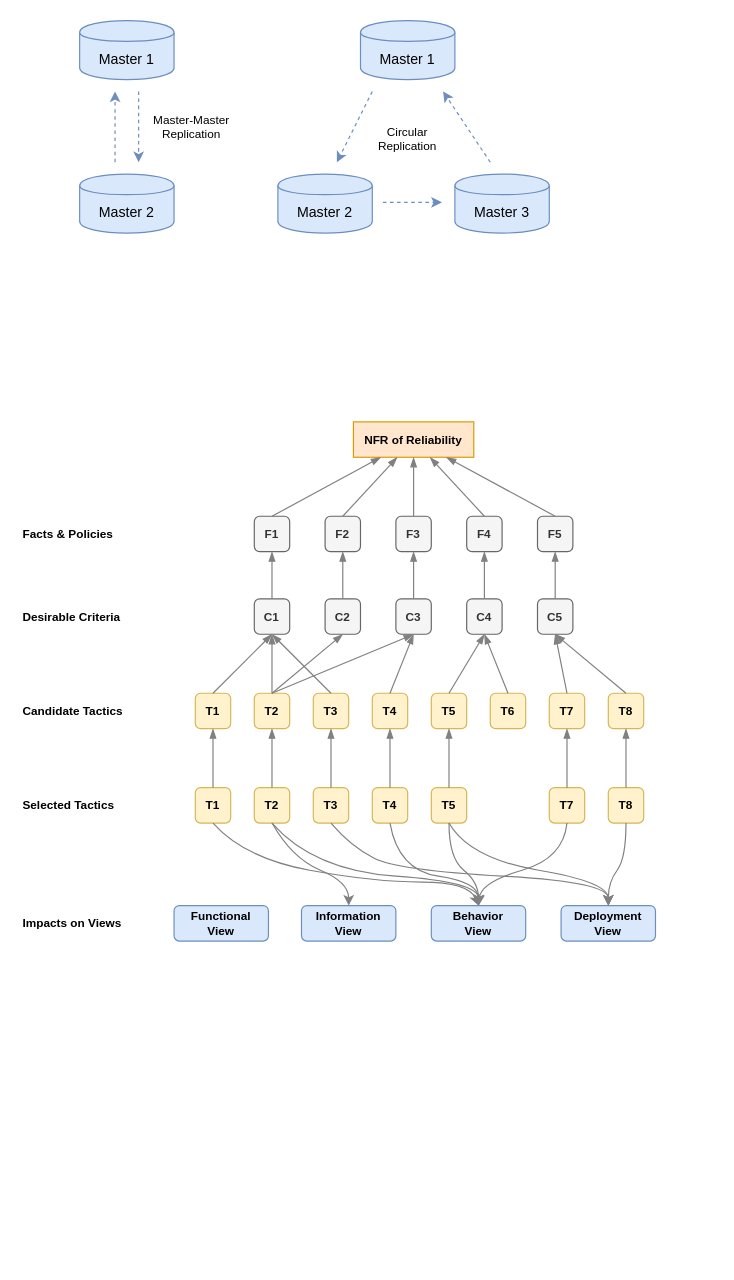
The draw.io diagram page "NFR1" (11 of 11) of BOKAS.drawio in sungtaek/docs, before the edit. Source tidied: cells renumbered, new cells numbered last; positions are measured from the earlier drawing's top-left corner, leaving out a move shared by most shapes. Both pictures are drawn from the tidied source at 118%, with x=0, y=0 at pixel (20, 20). Pictures stored in the file or linked from it are replaced by grey dashed boxes.
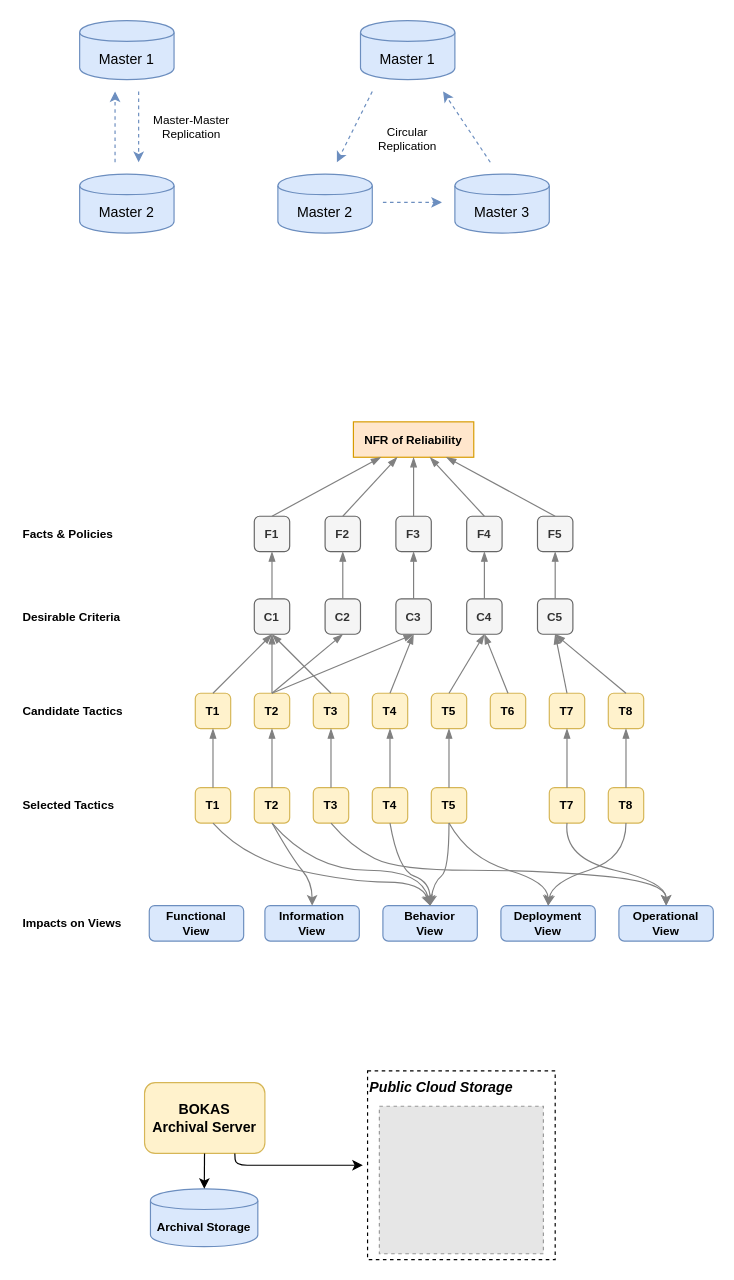
The same page after the edit.

The change refers to these unchanged cells:
```xml
<mxCell id="33" value="&lt;b&gt;T1&lt;/b&gt;" style="rounded=1;whiteSpace=wrap;html=1;fontSize=10;fillColor=#fff2cc;strokeColor=#d6b656;align=center;" parent="1" vertex="1">
  <mxGeometry x="148" y="650" width="30" height="30" as="geometry" />
</mxCell>
<mxCell id="34" value="&lt;b&gt;T2&lt;/b&gt;" style="rounded=1;whiteSpace=wrap;html=1;fontSize=10;fillColor=#fff2cc;strokeColor=#d6b656;align=center;" parent="1" vertex="1">
  <mxGeometry x="198" y="650" width="30" height="30" as="geometry" />
</mxCell>
<mxCell id="35" value="&lt;b&gt;T3&lt;/b&gt;" style="rounded=1;whiteSpace=wrap;html=1;fontSize=10;fillColor=#fff2cc;strokeColor=#d6b656;align=center;" parent="1" vertex="1">
  <mxGeometry x="248" y="650" width="30" height="30" as="geometry" />
</mxCell>
<mxCell id="36" value="&lt;b&gt;T4&lt;/b&gt;" style="rounded=1;whiteSpace=wrap;html=1;fontSize=10;fillColor=#fff2cc;strokeColor=#d6b656;align=center;" parent="1" vertex="1">
  <mxGeometry x="298" y="650" width="30" height="30" as="geometry" />
</mxCell>
<mxCell id="37" value="&lt;b&gt;T5&lt;/b&gt;" style="rounded=1;whiteSpace=wrap;html=1;fontSize=10;fillColor=#fff2cc;strokeColor=#d6b656;align=center;" parent="1" vertex="1">
  <mxGeometry x="348" y="650" width="30" height="30" as="geometry" />
</mxCell>
<mxCell id="38" value="&lt;b&gt;T7&lt;/b&gt;" style="rounded=1;whiteSpace=wrap;html=1;fontSize=10;fillColor=#fff2cc;strokeColor=#d6b656;align=center;" parent="1" vertex="1">
  <mxGeometry x="448" y="650" width="30" height="30" as="geometry" />
</mxCell>
<mxCell id="39" value="&lt;b&gt;T8&lt;/b&gt;" style="rounded=1;whiteSpace=wrap;html=1;fontSize=10;fillColor=#fff2cc;strokeColor=#d6b656;align=center;" parent="1" vertex="1">
  <mxGeometry x="498" y="650" width="30" height="30" as="geometry" />
</mxCell>
```

What changed in the source:
```diff
@@
+    <mxCell id="85" value="&lt;i&gt;Public Cloud Storage&lt;/i&gt;" style="rounded=0;whiteSpace=wrap;html=1;fillColor=none;verticalAlign=top;align=left;fontStyle=1;dashed=1;" parent="1" vertex="1">
+      <mxGeometry x="294" y="890" width="159" height="160" as="geometry" />
+    </mxCell>
@@
     <mxCell id="40" value="&lt;b&gt;Functional&lt;br&gt;View&lt;/b&gt;" style="rounded=1;whiteSpace=wrap;html=1;fontSize=10;fillColor=#dae8fc;strokeColor=#6c8ebf;align=center;" parent="1" vertex="1">
-      <mxGeometry x="130" y="750" width="80" height="30" as="geometry" />
+      <mxGeometry x="109" y="750" width="80" height="30" as="geometry" />
     </mxCell>
     <mxCell id="41" value="&lt;b&gt;Information&lt;br&gt;View&lt;/b&gt;" style="rounded=1;whiteSpace=wrap;html=1;fontSize=10;fillColor=#dae8fc;strokeColor=#6c8ebf;align=center;" parent="1" vertex="1">
-      <mxGeometry x="238" y="750" width="80" height="30" as="geometry" />
+      <mxGeometry x="207" y="750" width="80" height="30" as="geometry" />
     </mxCell>
     <mxCell id="42" value="&lt;b&gt;Behavior&lt;br&gt;View&lt;/b&gt;" style="rounded=1;whiteSpace=wrap;html=1;fontSize=10;fillColor=#dae8fc;strokeColor=#6c8ebf;align=center;" parent="1" vertex="1">
-      <mxGeometry x="348" y="750" width="80" height="30" as="geometry" />
+      <mxGeometry x="307" y="750" width="80" height="30" as="geometry" />
     </mxCell>
     <mxCell id="43" value="&lt;span&gt;Deployment&lt;br&gt;&lt;/span&gt;View" style="rounded=1;whiteSpace=wrap;html=1;fontSize=10;fillColor=#dae8fc;strokeColor=#6c8ebf;align=center;fontStyle=1;" parent="1" vertex="1">
-      <mxGeometry x="458" y="750" width="80" height="30" as="geometry" />
+      <mxGeometry x="407" y="750" width="80" height="30" as="geometry" />
     </mxCell>
@@
     <mxCell id="71" style="curved=1;endArrow=classic;html=1;fontSize=10;entryX=0.5;entryY=0;entryDx=0;entryDy=0;exitX=0.5;exitY=1;exitDx=0;exitDy=0;strokeColor=#808080;" parent="1" edge="1" source="33" target="42">
       <mxGeometry relative="1" as="geometry">
         <Array as="points">
           <mxPoint x="190" y="710" />
-          <mxPoint x="300" y="730" />
-          <mxPoint x="380" y="730" />
+          <mxPoint x="280" y="730" />
+          <mxPoint x="340" y="730" />
         </Array>
       </mxGeometry>
     </mxCell>
     <mxCell id="72" style="curved=1;endArrow=classic;html=1;fontSize=10;entryX=0.5;entryY=0;entryDx=0;entryDy=0;exitX=0.5;exitY=1;exitDx=0;exitDy=0;strokeColor=#808080;" parent="1" edge="1" source="34" target="41">
       <mxGeometry relative="1" as="geometry">
         <Array as="points">
           <mxPoint x="230" y="710" />
-          <mxPoint x="278" y="730" />
+          <mxPoint x="247" y="730" />
         </Array>
       </mxGeometry>
     </mxCell>
     <mxCell id="73" style="curved=1;endArrow=classic;html=1;fontSize=10;entryX=0.5;entryY=0;entryDx=0;entryDy=0;exitX=0.5;exitY=1;exitDx=0;exitDy=0;strokeColor=#808080;" parent="1" edge="1" source="34" target="42">
       <mxGeometry relative="1" as="geometry">
         <Array as="points">
           <mxPoint x="248" y="720" />
-          <mxPoint x="388" y="730" />
+          <mxPoint x="340" y="720" />
         </Array>
       </mxGeometry>
     </mxCell>
-    <mxCell id="74" style="curved=1;endArrow=classic;html=1;fontSize=10;entryX=0.5;entryY=0;entryDx=0;entryDy=0;exitX=0.5;exitY=1;exitDx=0;exitDy=0;strokeColor=#808080;" parent="1" edge="1" source="35" target="43">
+    <mxCell id="74" style="curved=1;endArrow=classic;html=1;fontSize=10;entryX=0.5;entryY=0;entryDx=0;entryDy=0;exitX=0.5;exitY=1;exitDx=0;exitDy=0;strokeColor=#808080;" parent="1" edge="1" source="35" target="86">
       <mxGeometry relative="1" as="geometry">
         <Array as="points">
           <mxPoint x="280" y="700" />
           <mxPoint x="320" y="720" />
-          <mxPoint x="498" y="730" />
+          <mxPoint x="440" y="720" />
+          <mxPoint x="547" y="730" />
         </Array>
       </mxGeometry>
     </mxCell>
     <mxCell id="75" style="curved=1;endArrow=classic;html=1;fontSize=10;entryX=0.5;entryY=0;entryDx=0;entryDy=0;exitX=0.5;exitY=1;exitDx=0;exitDy=0;strokeColor=#808080;" parent="1" edge="1" source="36" target="42">
       <mxGeometry relative="1" as="geometry">
         <Array as="points">
           <mxPoint x="320" y="720" />
-          <mxPoint x="388" y="730" />
+          <mxPoint x="347" y="730" />
         </Array>
       </mxGeometry>
     </mxCell>
     <mxCell id="76" style="curved=1;endArrow=classic;html=1;fontSize=10;entryX=0.5;entryY=0;entryDx=0;entryDy=0;exitX=0.5;exitY=1;exitDx=0;exitDy=0;strokeColor=#808080;" parent="1" edge="1" source="37" target="42">
       <mxGeometry relative="1" as="geometry">
         <Array as="points">
-          <mxPoint x="363" y="710" />
-          <mxPoint x="388" y="730" />
+          <mxPoint x="363" y="720" />
+          <mxPoint x="350" y="730" />
         </Array>
       </mxGeometry>
     </mxCell>
     <mxCell id="77" style="curved=1;endArrow=classic;html=1;fontSize=10;entryX=0.5;entryY=0;entryDx=0;entryDy=0;exitX=0.5;exitY=1;exitDx=0;exitDy=0;strokeColor=#808080;" parent="1" edge="1" source="37" target="43">
       <mxGeometry relative="1" as="geometry">
         <Array as="points">
           <mxPoint x="380" y="710" />
-          <mxPoint x="498" y="730" />
+          <mxPoint x="447" y="730" />
         </Array>
       </mxGeometry>
     </mxCell>
-    <mxCell id="78" style="curved=1;endArrow=classic;html=1;fontSize=10;entryX=0.5;entryY=0;entryDx=0;entryDy=0;exitX=0.5;exitY=1;exitDx=0;exitDy=0;strokeColor=#808080;" parent="1" edge="1" source="38" target="42">
+    <mxCell id="78" style="curved=1;endArrow=classic;html=1;fontSize=10;entryX=0.5;entryY=0;entryDx=0;entryDy=0;exitX=0.5;exitY=1;exitDx=0;exitDy=0;strokeColor=#808080;" parent="1" edge="1" source="38" target="86">
       <mxGeometry relative="1" as="geometry">
         <Array as="points">
           <mxPoint x="460" y="710" />
-          <mxPoint x="390" y="730" />
+          <mxPoint x="547" y="730" />
         </Array>
       </mxGeometry>
     </mxCell>
     <mxCell id="79" style="curved=1;endArrow=classic;html=1;fontSize=10;entryX=0.5;entryY=0;entryDx=0;entryDy=0;exitX=0.5;exitY=1;exitDx=0;exitDy=0;strokeColor=#808080;" parent="1" edge="1" source="39" target="43">
       <mxGeometry relative="1" as="geometry">
         <Array as="points">
           <mxPoint x="513" y="710" />
-          <mxPoint x="498" y="730" />
+          <mxPoint x="450" y="730" />
         </Array>
       </mxGeometry>
     </mxCell>
@@
+    <mxCell id="86" value="Operational&lt;br&gt;View" style="rounded=1;whiteSpace=wrap;html=1;fontSize=10;fillColor=#dae8fc;strokeColor=#6c8ebf;align=center;fontStyle=1;" parent="1" vertex="1">
+      <mxGeometry x="507" y="750" width="80" height="30" as="geometry" />
+    </mxCell>
+    <mxCell id="87" value="Archival Storage" style="shape=cylinder;whiteSpace=wrap;html=1;boundedLbl=1;backgroundOutline=1;fillColor=#dae8fc;rounded=1;fontSize=10;strokeColor=#6c8ebf;fontStyle=1;" parent="1" vertex="1">
+      <mxGeometry x="110" y="990" width="91" height="49" as="geometry" />
+    </mxCell>
+    <mxCell id="88" value="&lt;font style=&quot;font-size: 12px&quot;&gt;&lt;span style=&quot;font-weight: 700 ; white-space: normal&quot;&gt;BOKAS&lt;/span&gt;&lt;br style=&quot;font-weight: 700 ; white-space: normal&quot;&gt;&lt;span style=&quot;font-weight: 700 ; white-space: normal&quot;&gt;Archival Server&lt;/span&gt;&lt;/font&gt;" style="rounded=1;whiteSpace=wrap;html=1;fillColor=#fff2cc;fontSize=10;strokeColor=#d6b656;" parent="1" vertex="1">
+      <mxGeometry x="105" y="900" width="102" height="60" as="geometry" />
+    </mxCell>
+    <mxCell id="89" style="endArrow=classic;html=1;" parent="1" edge="1" source="88" target="87">
+      <mxGeometry relative="1" as="geometry" />
+    </mxCell>
+    <mxCell id="90" style="endArrow=classic;html=1;exitX=0.75;exitY=1;exitDx=0;exitDy=0;" parent="1" edge="1" source="88">
+      <mxGeometry relative="1" as="geometry">
+        <mxPoint x="290" y="970" as="targetPoint" />
+        <Array as="points">
+          <mxPoint x="182" y="970" />
+          <mxPoint x="260" y="970" />
+        </Array>
+      </mxGeometry>
+    </mxCell>
+    <mxCell id="91" style="fillColor=#E6E6E6;strokeColor=#999999;dashed=1;verticalLabelPosition=bottom;labelBackgroundColor=#ffffff;verticalAlign=top;" parent="1" vertex="1">
+      <mxGeometry x="304" y="920" width="139" height="125" as="geometry" />
+    </mxCell>
```
